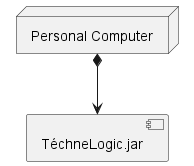
Before: out/docs/logicalView/desingView/architectureDesign/DeployDiagram/deployDiagram.png, a diagram exported from PlantUML (TheSProyect/Proyecto-IS-Grupo-1).
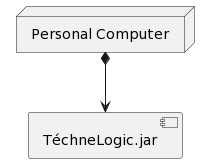
After the commit.

Change to the diagram source:
```diff
@@ -1,7 +1,5 @@
-@startuml deployDiagram
-
+@startuml
 [TéchneLogic.jar]
 node "Personal Computer" as personalComputer
 personalComputer *-down-> [TéchneLogic.jar]
-
 @enduml
```
